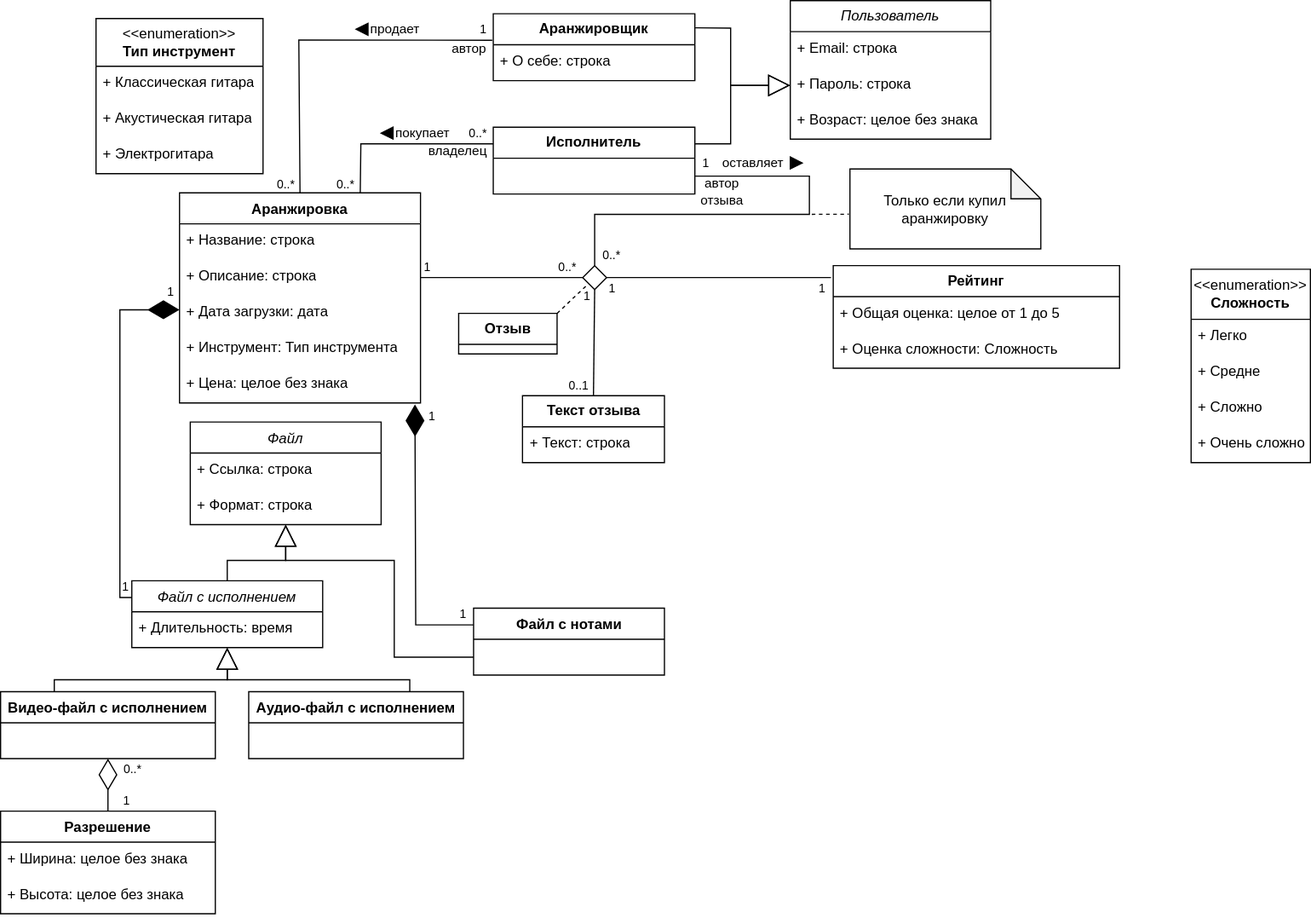
job-modelware-ru/it-2024 keeps this draw.io diagram as team-06/class_diagram.svg. Above is the earlier version. Source tidied: cells renumbered, new cells last; positions are measured from the earlier drawing's top-left corner, leaving out a move shared by most shapes.
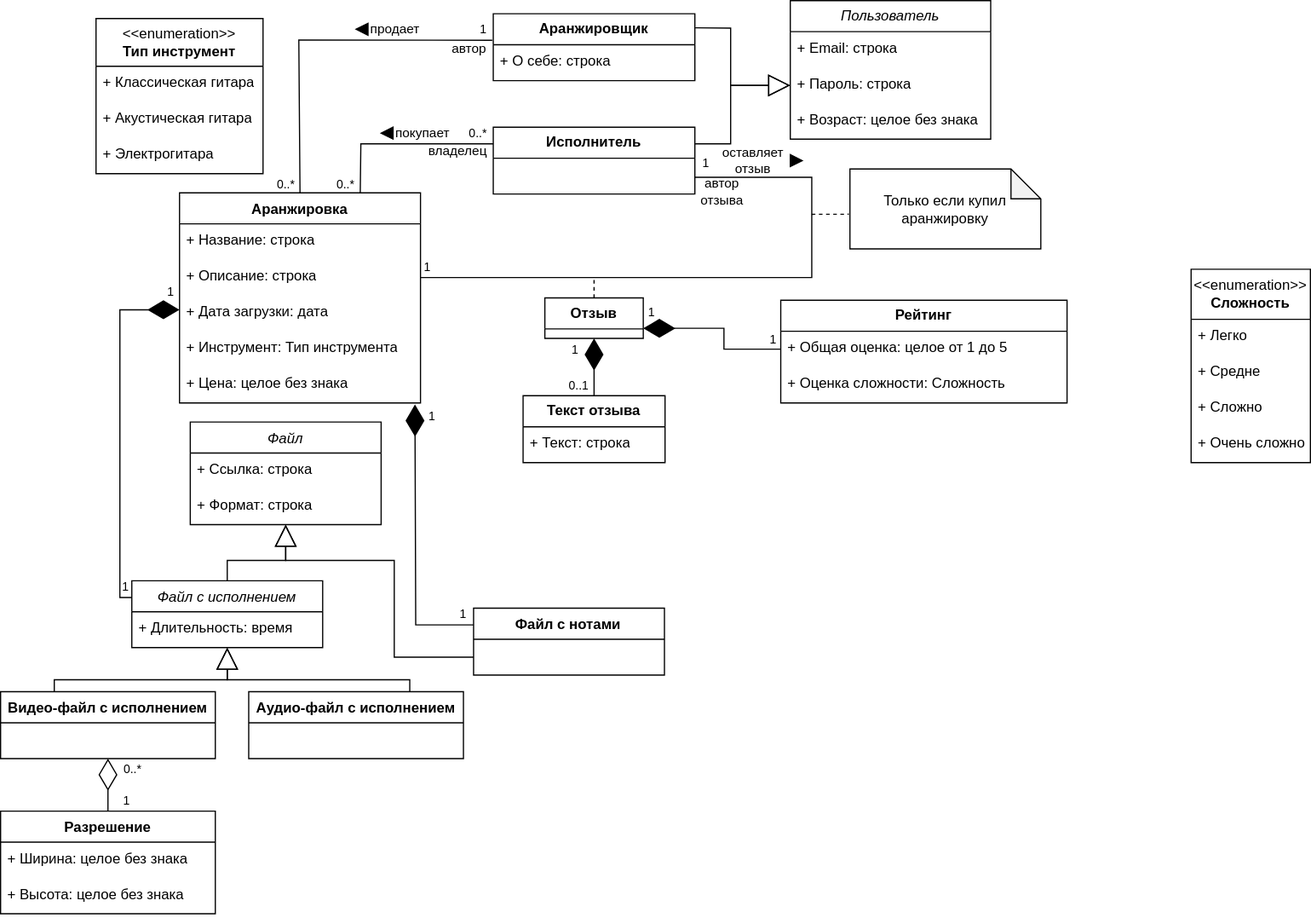
The same diagram one commit later.

Commit message:
fix class diagram

The edit, as a diff of the source:
```diff
@@ -93,20 +93,30 @@
     <mxCell id="27" value="&lt;font style=&quot;font-size: 11px;&quot;&gt;владелец&lt;/font&gt;" style="text;html=1;align=center;verticalAlign=middle;whiteSpace=wrap;rounded=0;fontSize=11;" parent="1" vertex="1">
       <mxGeometry x="358" y="121" width="51" height="10" as="geometry" />
     </mxCell>
+    <mxCell id="87" style="edgeStyle=orthogonalEdgeStyle;rounded=0;jettySize=auto;html=1;exitX=0.5;exitY=0;exitDx=0;exitDy=0;endArrow=none;endFill=0;dashed=1;" parent="1" edge="1" source="28">
+      <mxGeometry relative="1" as="geometry">
+        <mxPoint x="497.5" y="231.6" as="targetPoint" />
+      </mxGeometry>
+    </mxCell>
     <mxCell id="28" value="&lt;b&gt;Отзыв&lt;/b&gt;" style="swimlane;fontStyle=0;horizontal=1;startSize=26;fillColor=none;whiteSpace=wrap;html=1;" parent="1" vertex="1">
-      <mxGeometry x="384" y="262" width="82.5" height="34" as="geometry" />
+      <mxGeometry x="456.2" y="249" width="82.5" height="34" as="geometry" />
     </mxCell>
     <mxCell id="29" value="&lt;b&gt;Текст отзыва&lt;/b&gt;" style="swimlane;fontStyle=0;horizontal=1;startSize=26;fillColor=none;whiteSpace=wrap;html=1;" parent="1" vertex="1">
-      <mxGeometry x="437.5" y="331" width="119" height="56" as="geometry" />
+      <mxGeometry x="438" y="331" width="119" height="56" as="geometry" />
     </mxCell>
     <mxCell id="30" value="+ Текст: строка" style="text;strokeColor=none;fillColor=none;align=left;verticalAlign=top;spacingLeft=4;spacingRight=4;overflow=hidden;whiteSpace=wrap;html=1;" parent="29" vertex="1">
       <mxGeometry y="26" width="119" height="30" as="geometry" />
     </mxCell>
-    <mxCell id="31" style="endArrow=none;endFill=0;endSize=24;html=1;rounded=0;startSize=6;entryX=1;entryY=0.5;entryDx=0;entryDy=0;exitX=0;exitY=0.5;exitDx=0;exitDy=0;" parent="1" edge="1" source="83" target="4">
-      <mxGeometry relative="1" as="geometry" />
+    <mxCell id="31" style="endArrow=none;endFill=0;endSize=24;html=1;rounded=0;startSize=6;entryX=1;entryY=0.5;entryDx=0;entryDy=0;exitX=1;exitY=0.75;exitDx=0;exitDy=0;" parent="1" edge="1" source="18" target="4">
+      <mxGeometry relative="1" as="geometry">
+        <Array as="points">
+          <mxPoint x="680" y="148" />
+          <mxPoint x="680" y="232" />
+        </Array>
+      </mxGeometry>
     </mxCell>
     <mxCell id="32" value="&lt;b&gt;Рейтинг&lt;/b&gt;" style="swimlane;fontStyle=0;horizontal=1;startSize=26;fillColor=none;whiteSpace=wrap;html=1;" parent="1" vertex="1">
-      <mxGeometry x="698" y="222" width="240" height="86" as="geometry" />
+      <mxGeometry x="654" y="251" width="240" height="86" as="geometry" />
     </mxCell>
     <mxCell id="33" value="+ Общая оценка: целое от 1 до 5" style="text;strokeColor=none;fillColor=none;align=left;verticalAlign=top;spacingLeft=4;spacingRight=4;overflow=hidden;points=[[0,0.5],[1,0.5]];portConstraint=eastwest;whiteSpace=wrap;html=1;" parent="32" vertex="1">
       <mxGeometry y="26" width="240" height="30" as="geometry" />
@@ -132,24 +142,11 @@
     <mxCell id="40" value="&lt;font style=&quot;font-size: 10px;&quot;&gt;1&lt;/font&gt;" style="text;html=1;align=center;verticalAlign=middle;whiteSpace=wrap;rounded=0;fontSize=10;" parent="1" vertex="1">
       <mxGeometry x="354" y="218" width="8" height="10" as="geometry" />
     </mxCell>
-    <mxCell id="41" value="&lt;font style=&quot;font-size: 10px;&quot;&gt;0..*&lt;/font&gt;" style="text;html=1;align=center;verticalAlign=middle;whiteSpace=wrap;rounded=0;fontSize=10;" parent="1" vertex="1">
-      <mxGeometry x="467" y="218" width="17" height="10" as="geometry" />
-    </mxCell>
-    <mxCell id="42" style="endArrow=none;html=1;rounded=0;entryX=1;entryY=0.5;entryDx=0;entryDy=0;startArrow=none;startFill=0;startSize=24;exitX=0.5;exitY=0;exitDx=0;exitDy=0;" parent="1" edge="1" source="83">
-      <mxGeometry relative="1" as="geometry">
-        <mxPoint x="582" y="147" as="targetPoint" />
-        <Array as="points">
-          <mxPoint x="498" y="179" />
-          <mxPoint x="678" y="179" />
-          <mxPoint x="678" y="147" />
-        </Array>
-      </mxGeometry>
-    </mxCell>
-    <mxCell id="43" value="оставляет" style="text;html=1;align=center;verticalAlign=middle;whiteSpace=wrap;rounded=0;fontSize=11;" parent="1" vertex="1">
-      <mxGeometry x="608" y="131" width="46" height="10" as="geometry" />
+    <mxCell id="43" value="оставляет&lt;div&gt;отзыв&lt;/div&gt;" style="text;html=1;align=center;verticalAlign=middle;whiteSpace=wrap;rounded=0;fontSize=11;" parent="1" vertex="1">
+      <mxGeometry x="608" y="129" width="46" height="10" as="geometry" />
     </mxCell>
     <mxCell id="44" style="triangle;whiteSpace=wrap;html=1;fillColor=#000000;rotation=0;" parent="1" vertex="1">
-      <mxGeometry x="662" y="131" width="10" height="10" as="geometry" />
+      <mxGeometry x="662" y="129" width="10" height="10" as="geometry" />
     </mxCell>
     <mxCell id="45" value="автор&lt;div&gt;отзыва&lt;/div&gt;" style="text;html=1;align=center;verticalAlign=middle;whiteSpace=wrap;rounded=0;fontSize=11;" parent="1" vertex="1">
       <mxGeometry x="582" y="149" width="46" height="22" as="geometry" />
@@ -218,16 +215,16 @@
       <mxGeometry x="102" y="665" width="8" height="10" as="geometry" />
     </mxCell>
     <mxCell id="61" value="&lt;font style=&quot;font-size: 10px;&quot;&gt;1&lt;/font&gt;" style="text;html=1;align=center;verticalAlign=middle;whiteSpace=wrap;rounded=0;fontSize=10;" parent="1" vertex="1">
-      <mxGeometry x="488" y="242" width="8" height="10" as="geometry" />
+      <mxGeometry x="478" y="287" width="8" height="10" as="geometry" />
     </mxCell>
     <mxCell id="62" value="&lt;font style=&quot;font-size: 10px;&quot;&gt;0..1&lt;/font&gt;" style="text;html=1;align=center;verticalAlign=middle;whiteSpace=wrap;rounded=0;fontSize=10;" parent="1" vertex="1">
       <mxGeometry x="477" y="317" width="16" height="10" as="geometry" />
     </mxCell>
     <mxCell id="63" value="&lt;font style=&quot;font-size: 10px;&quot;&gt;1&lt;/font&gt;" style="text;html=1;align=center;verticalAlign=middle;whiteSpace=wrap;rounded=0;fontSize=10;" parent="1" vertex="1">
-      <mxGeometry x="509" y="236" width="8" height="10" as="geometry" />
+      <mxGeometry x="542" y="256" width="8" height="10" as="geometry" />
     </mxCell>
     <mxCell id="64" value="&lt;font style=&quot;font-size: 10px;&quot;&gt;1&lt;/font&gt;" style="text;html=1;align=center;verticalAlign=middle;whiteSpace=wrap;rounded=0;fontSize=10;" parent="1" vertex="1">
-      <mxGeometry x="685" y="236" width="8" height="10" as="geometry" />
+      <mxGeometry x="644" y="279" width="8" height="10" as="geometry" />
     </mxCell>
     <mxCell id="65" value="&lt;font style=&quot;font-size: 10px;&quot;&gt;0..*&lt;/font&gt;" style="text;html=1;align=center;verticalAlign=middle;whiteSpace=wrap;rounded=0;fontSize=10;" parent="1" vertex="1">
       <mxGeometry x="230.5" y="149" width="17" height="10" as="geometry" />
@@ -241,9 +238,6 @@
     <mxCell id="68" value="&lt;font style=&quot;font-size: 10px;&quot;&gt;0..*&lt;/font&gt;" style="text;html=1;align=center;verticalAlign=middle;whiteSpace=wrap;rounded=0;fontSize=10;" parent="1" vertex="1">
       <mxGeometry x="392" y="106" width="17" height="10" as="geometry" />
     </mxCell>
-    <mxCell id="69" value="&lt;font style=&quot;font-size: 10px;&quot;&gt;0..*&lt;/font&gt;" style="text;html=1;align=center;verticalAlign=middle;whiteSpace=wrap;rounded=0;fontSize=10;" parent="1" vertex="1">
-      <mxGeometry x="504" y="208" width="17" height="10" as="geometry" />
-    </mxCell>
     <mxCell id="70" value="&lt;font style=&quot;font-size: 10px;&quot;&gt;1&lt;/font&gt;" style="text;html=1;align=center;verticalAlign=middle;whiteSpace=wrap;rounded=0;fontSize=10;" parent="1" vertex="1">
       <mxGeometry x="588" y="131" width="6.5" height="10" as="geometry" />
     </mxCell>
@@ -306,17 +300,11 @@
         </Array>
       </mxGeometry>
     </mxCell>
-    <mxCell id="83" style="rhombus;whiteSpace=wrap;html=1;" parent="1" vertex="1">
-      <mxGeometry x="488" y="222" width="20" height="20" as="geometry" />
-    </mxCell>
-    <mxCell id="84" style="endArrow=none;dashed=1;html=1;rounded=0;exitX=1;exitY=0;exitDx=0;exitDy=0;entryX=0;entryY=1;entryDx=0;entryDy=0;" parent="1" edge="1" source="28" target="83">
-      <mxGeometry relative="1" as="geometry" />
-    </mxCell>
-    <mxCell id="85" style="endArrow=none;endFill=0;endSize=24;html=1;rounded=0;startSize=6;entryX=1;entryY=0.5;entryDx=0;entryDy=0;exitX=-0.008;exitY=0.116;exitDx=0;exitDy=0;exitPerimeter=0;" parent="1" edge="1" source="32" target="83">
-      <mxGeometry relative="1" as="geometry" />
-    </mxCell>
-    <mxCell id="86" style="endArrow=none;endFill=0;endSize=24;html=1;rounded=0;startSize=6;entryX=0.5;entryY=0;entryDx=0;entryDy=0;exitX=0.5;exitY=1;exitDx=0;exitDy=0;" parent="1" edge="1" source="83" target="29">
+    <mxCell id="86" style="endArrow=none;endFill=0;endSize=24;html=1;rounded=0;startSize=24;entryX=0.5;entryY=0;entryDx=0;entryDy=0;startArrow=diamondThin;startFill=1;exitX=0.5;exitY=1;exitDx=0;exitDy=0;" parent="1" edge="1" source="28" target="29">
       <mxGeometry relative="1" as="geometry" />
     </mxCell>
+    <mxCell id="88" style="edgeStyle=orthogonalEdgeStyle;rounded=0;jettySize=auto;html=1;exitX=0;exitY=0.5;exitDx=0;exitDy=0;entryX=1;entryY=0.75;entryDx=0;entryDy=0;endArrow=diamondThin;endFill=1;startSize=24;endSize=24;" parent="1" edge="1" source="33" target="28">
+      <mxGeometry relative="1" as="geometry" />
+    </mxCell>
   </root>
 </mxGraphModel>
```
